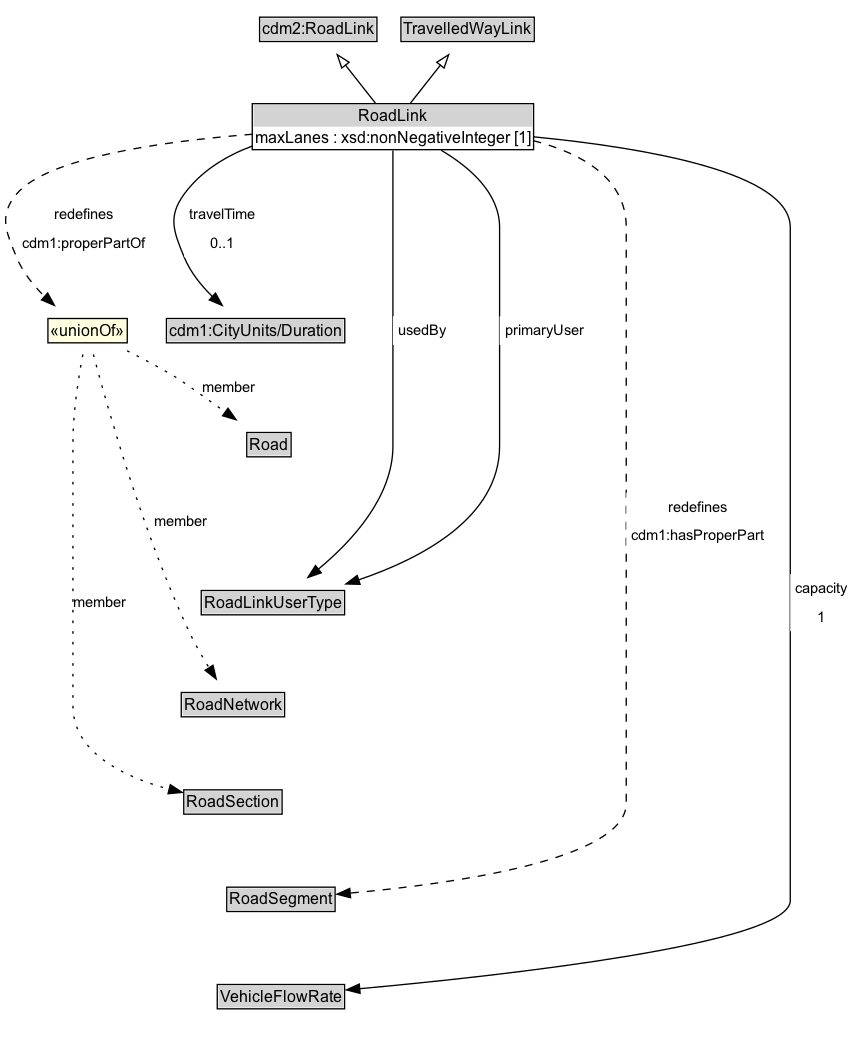
Earlier version of the Graphviz export docs/diagrams/RoadLink.dot.png (ISO-TC204/ontology-cdm-p3-v1). Its source is kept beside it as docs/diagrams/RoadLink.dot. The source it was exported from:
```dot
digraph {
	graph [overlap=false rankdir=TB splines=true]
	node [fontname=Arial fontsize=12 margin=0 shape=none]
	edge [fontname=Arial fontsize=11]
	{
		rank=source
		cdm2_RoadLink [label=<<TABLE BORDER="1" CELLBORDER="0" CELLSPACING="0" CELLPADDING="1"><TR><TD BGCOLOR="lightgray" ALIGN="CENTER">cdm2:RoadLink</TD></TR></TABLE>> URL="https://w3id.org/citydata/part2/v1/RoadLink" margin=0]
		TravelledWayLink [label=<<TABLE BORDER="1" CELLBORDER="0" CELLSPACING="0" CELLPADDING="1"><TR><TD BGCOLOR="lightgray" ALIGN="CENTER">TravelledWayLink</TD></TR></TABLE>> URL="../TravelledWayLink" margin=0]
	}
	RoadLink [label=<<TABLE BORDER="1" CELLBORDER="0" CELLSPACING="0" CELLPADDING="1"><TR><TD BGCOLOR="lightgray" ALIGN="CENTER">RoadLink</TD></TR><TR><TD ALIGN="LEFT">maxLanes : xsd:nonNegativeInteger [1]</TD></TR></TABLE>> URL="../RoadLink" margin=0]
	{
		rank=max
	}
	subgraph cluster_associated {
		label="" style=invis
		Invis [label=<<TABLE BORDER="0" CELLBORDER="0" CELLSPACING="0" CELLPADDING="1"><TR><TD></TD></TR></TABLE>> margin=0 style=invis]
		"cdm1_CityUnits/Duration" [label=<<TABLE BORDER="1" CELLBORDER="0" CELLSPACING="0" CELLPADDING="1"><TR><TD BGCOLOR="lightgray" ALIGN="CENTER">cdm1:CityUnits/Duration</TD></TR></TABLE>> URL="https://w3id.org/citydata/part1/v1/CityUnits/Duration" margin=0]
		Road [label=<<TABLE BORDER="1" CELLBORDER="0" CELLSPACING="0" CELLPADDING="1"><TR><TD BGCOLOR="lightgray" ALIGN="CENTER">Road</TD></TR></TABLE>> URL="../Road" margin=0]
		RoadLinkUserType [label=<<TABLE BORDER="1" CELLBORDER="0" CELLSPACING="0" CELLPADDING="1"><TR><TD BGCOLOR="lightgray" ALIGN="CENTER">RoadLinkUserType</TD></TR></TABLE>> URL="../RoadLinkUserType" margin=0]
		RoadNetwork [label=<<TABLE BORDER="1" CELLBORDER="0" CELLSPACING="0" CELLPADDING="1"><TR><TD BGCOLOR="lightgray" ALIGN="CENTER">RoadNetwork</TD></TR></TABLE>> URL="../RoadNetwork" margin=0]
		RoadSection [label=<<TABLE BORDER="1" CELLBORDER="0" CELLSPACING="0" CELLPADDING="1"><TR><TD BGCOLOR="lightgray" ALIGN="CENTER">RoadSection</TD></TR></TABLE>> URL="../RoadSection" margin=0]
		RoadSegment [label=<<TABLE BORDER="1" CELLBORDER="0" CELLSPACING="0" CELLPADDING="1"><TR><TD BGCOLOR="lightgray" ALIGN="CENTER">RoadSegment</TD></TR></TABLE>> URL="../RoadSegment" margin=0]
		VehicleFlowRate [label=<<TABLE BORDER="1" CELLBORDER="0" CELLSPACING="0" CELLPADDING="1"><TR><TD BGCOLOR="lightgray" ALIGN="CENTER">VehicleFlowRate</TD></TR></TABLE>> URL="../VehicleFlowRate" margin=0]
	}
	RoadLink -> cdm2_RoadLink [arrowhead=onormal style=solid]
	RoadLink -> TravelledWayLink [arrowhead=onormal style=solid]
	RoadLink -> Invis [style=invis]
	Invis -> "cdm1_CityUnits/Duration" [style=invis]
	"cdm1_CityUnits/Duration" -> Road [style=invis]
	Road -> RoadLinkUserType [style=invis]
	RoadLinkUserType -> RoadNetwork [style=invis]
	RoadNetwork -> RoadSection [style=invis]
	RoadSection -> RoadSegment [style=invis]
	RoadSegment -> VehicleFlowRate [style=invis]
	RoadLinkUserType [label=<<TABLE BORDER="1" CELLBORDER="0" CELLSPACING="0" CELLPADDING="1"><TR><TD BGCOLOR="lightgray" ALIGN="CENTER">RoadLinkUserType</TD></TR></TABLE>> URL="../RoadLinkUserType" margin=0]
	RoadLink -> RoadLinkUserType [label=<<TABLE BORDER="0" CELLBORDER="0" CELLSPACING="0" CELLPADDING="4" BGCOLOR="white"><TR><TD ALIGN="CENTER">usedBy</TD></TR></TABLE>> arrowhead=normal style=solid]
	RoadSegment [label=<<TABLE BORDER="1" CELLBORDER="0" CELLSPACING="0" CELLPADDING="1"><TR><TD BGCOLOR="lightgray" ALIGN="CENTER">RoadSegment</TD></TR></TABLE>> URL="../RoadSegment" margin=0]
	RoadLink -> RoadSegment [label=<<TABLE BORDER="0" CELLBORDER="0" CELLSPACING="0" CELLPADDING="4" BGCOLOR="white"><TR><TD ALIGN="CENTER">redefines</TD></TR><TR><TD ALIGN="CENTER">cdm1:hasProperPart</TD></TR></TABLE>> arrowhead=normal style=dashed]
	neeae970be7f1404abb59572b2a28fc09b13 [label=<<TABLE BORDER="1" CELLBORDER="0" CELLSPACING="0" CELLPADDING="1" BGCOLOR="lightyellow"><TR><TD ALIGN="CENTER">«unionOf»</TD></TR></TABLE>> margin=0]
	Road [label=<<TABLE BORDER="1" CELLBORDER="0" CELLSPACING="0" CELLPADDING="1"><TR><TD BGCOLOR="lightgray" ALIGN="CENTER">Road</TD></TR></TABLE>> URL="../Road" margin=0]
	neeae970be7f1404abb59572b2a28fc09b13 -> Road [label=member arrowhead=normal style=dotted]
	RoadNetwork [label=<<TABLE BORDER="1" CELLBORDER="0" CELLSPACING="0" CELLPADDING="1"><TR><TD BGCOLOR="lightgray" ALIGN="CENTER">RoadNetwork</TD></TR></TABLE>> URL="../RoadNetwork" margin=0]
	neeae970be7f1404abb59572b2a28fc09b13 -> RoadNetwork [label=member arrowhead=normal style=dotted]
	RoadSection [label=<<TABLE BORDER="1" CELLBORDER="0" CELLSPACING="0" CELLPADDING="1"><TR><TD BGCOLOR="lightgray" ALIGN="CENTER">RoadSection</TD></TR></TABLE>> URL="../RoadSection" margin=0]
	neeae970be7f1404abb59572b2a28fc09b13 -> RoadSection [label=member arrowhead=normal style=dotted]
	RoadLink -> neeae970be7f1404abb59572b2a28fc09b13 [label=<<TABLE BORDER="0" CELLBORDER="0" CELLSPACING="0" CELLPADDING="4" BGCOLOR="white"><TR><TD ALIGN="CENTER">redefines</TD></TR><TR><TD ALIGN="CENTER">cdm1:properPartOf</TD></TR></TABLE>> arrowhead=normal style=dashed]
	"cdm1_CityUnits/Duration" [label=<<TABLE BORDER="1" CELLBORDER="0" CELLSPACING="0" CELLPADDING="1"><TR><TD BGCOLOR="lightgray" ALIGN="CENTER">cdm1:CityUnits/Duration</TD></TR></TABLE>> URL="https://w3id.org/citydata/part1/v1/CityUnits/Duration" margin=0]
	RoadLink -> "cdm1_CityUnits/Duration" [label=<<TABLE BORDER="0" CELLBORDER="0" CELLSPACING="0" CELLPADDING="4" BGCOLOR="white"><TR><TD ALIGN="CENTER">travelTime</TD></TR><TR><TD ALIGN="CENTER">0..1</TD></TR></TABLE>> arrowhead=normal style=solid]
	RoadLink -> RoadLinkUserType [label=<<TABLE BORDER="0" CELLBORDER="0" CELLSPACING="0" CELLPADDING="4" BGCOLOR="white"><TR><TD ALIGN="CENTER">primaryUser</TD></TR></TABLE>> arrowhead=normal style=solid]
	VehicleFlowRate [label=<<TABLE BORDER="1" CELLBORDER="0" CELLSPACING="0" CELLPADDING="1"><TR><TD BGCOLOR="lightgray" ALIGN="CENTER">VehicleFlowRate</TD></TR></TABLE>> URL="../VehicleFlowRate" margin=0]
	RoadLink -> VehicleFlowRate [label=<<TABLE BORDER="0" CELLBORDER="0" CELLSPACING="0" CELLPADDING="4" BGCOLOR="white"><TR><TD ALIGN="CENTER">capacity</TD></TR><TR><TD ALIGN="CENTER">1</TD></TR></TABLE>> arrowhead=normal style=solid]
}
```
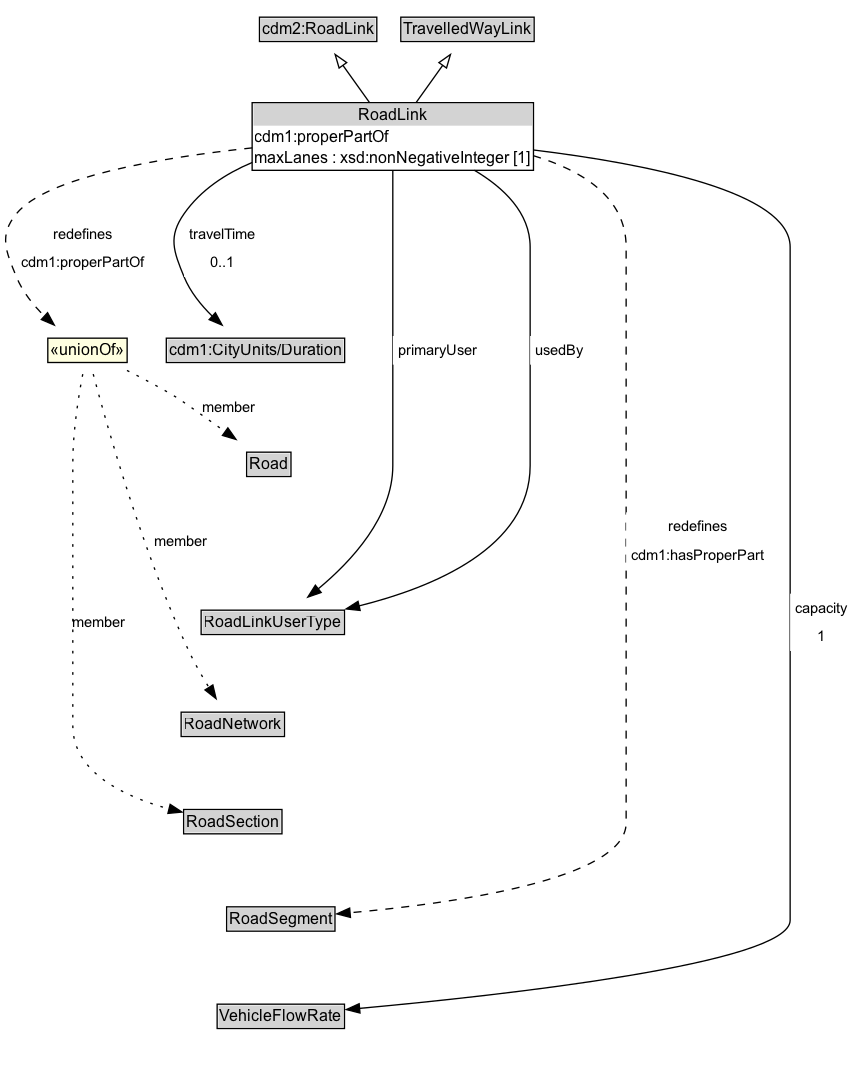
After the commit.

Diff of the diagram source:
```diff
@@ -7,7 +7,7 @@
 		cdm2_RoadLink [label=<<TABLE BORDER="1" CELLBORDER="0" CELLSPACING="0" CELLPADDING="1"><TR><TD BGCOLOR="lightgray" ALIGN="CENTER">cdm2:RoadLink</TD></TR></TABLE>> URL="https://w3id.org/citydata/part2/v1/RoadLink" margin=0]
 		TravelledWayLink [label=<<TABLE BORDER="1" CELLBORDER="0" CELLSPACING="0" CELLPADDING="1"><TR><TD BGCOLOR="lightgray" ALIGN="CENTER">TravelledWayLink</TD></TR></TABLE>> URL="../TravelledWayLink" margin=0]
 	}
-	RoadLink [label=<<TABLE BORDER="1" CELLBORDER="0" CELLSPACING="0" CELLPADDING="1"><TR><TD BGCOLOR="lightgray" ALIGN="CENTER">RoadLink</TD></TR><TR><TD ALIGN="LEFT">maxLanes : xsd:nonNegativeInteger [1]</TD></TR></TABLE>> URL="../RoadLink" margin=0]
+	RoadLink [label=<<TABLE BORDER="1" CELLBORDER="0" CELLSPACING="0" CELLPADDING="1"><TR><TD BGCOLOR="lightgray" ALIGN="CENTER">RoadLink</TD></TR><TR><TD ALIGN="LEFT">cdm1:properPartOf</TD></TR><TR><TD ALIGN="LEFT">maxLanes : xsd:nonNegativeInteger [1]</TD></TR></TABLE>> URL="../RoadLink" margin=0]
 	{
 		rank=max
 	}
@@ -32,21 +32,21 @@
 	RoadNetwork -> RoadSection [style=invis]
 	RoadSection -> RoadSegment [style=invis]
 	RoadSegment -> VehicleFlowRate [style=invis]
-	RoadLinkUserType [label=<<TABLE BORDER="1" CELLBORDER="0" CELLSPACING="0" CELLPADDING="1"><TR><TD BGCOLOR="lightgray" ALIGN="CENTER">RoadLinkUserType</TD></TR></TABLE>> URL="../RoadLinkUserType" margin=0]
-	RoadLink -> RoadLinkUserType [label=<<TABLE BORDER="0" CELLBORDER="0" CELLSPACING="0" CELLPADDING="4" BGCOLOR="white"><TR><TD ALIGN="CENTER">usedBy</TD></TR></TABLE>> arrowhead=normal style=solid]
 	RoadSegment [label=<<TABLE BORDER="1" CELLBORDER="0" CELLSPACING="0" CELLPADDING="1"><TR><TD BGCOLOR="lightgray" ALIGN="CENTER">RoadSegment</TD></TR></TABLE>> URL="../RoadSegment" margin=0]
 	RoadLink -> RoadSegment [label=<<TABLE BORDER="0" CELLBORDER="0" CELLSPACING="0" CELLPADDING="4" BGCOLOR="white"><TR><TD ALIGN="CENTER">redefines</TD></TR><TR><TD ALIGN="CENTER">cdm1:hasProperPart</TD></TR></TABLE>> arrowhead=normal style=dashed]
-	neeae970be7f1404abb59572b2a28fc09b13 [label=<<TABLE BORDER="1" CELLBORDER="0" CELLSPACING="0" CELLPADDING="1" BGCOLOR="lightyellow"><TR><TD ALIGN="CENTER">«unionOf»</TD></TR></TABLE>> margin=0]
+	RoadLinkUserType [label=<<TABLE BORDER="1" CELLBORDER="0" CELLSPACING="0" CELLPADDING="1"><TR><TD BGCOLOR="lightgray" ALIGN="CENTER">RoadLinkUserType</TD></TR></TABLE>> URL="../RoadLinkUserType" margin=0]
+	RoadLink -> RoadLinkUserType [label=<<TABLE BORDER="0" CELLBORDER="0" CELLSPACING="0" CELLPADDING="4" BGCOLOR="white"><TR><TD ALIGN="CENTER">primaryUser</TD></TR></TABLE>> arrowhead=normal style=solid]
+	nf9bf95ca936a48ed91a85f16e3ee047ab12 [label=<<TABLE BORDER="1" CELLBORDER="0" CELLSPACING="0" CELLPADDING="1" BGCOLOR="lightyellow"><TR><TD ALIGN="CENTER">«unionOf»</TD></TR></TABLE>> margin=0]
 	Road [label=<<TABLE BORDER="1" CELLBORDER="0" CELLSPACING="0" CELLPADDING="1"><TR><TD BGCOLOR="lightgray" ALIGN="CENTER">Road</TD></TR></TABLE>> URL="../Road" margin=0]
-	neeae970be7f1404abb59572b2a28fc09b13 -> Road [label=member arrowhead=normal style=dotted]
+	nf9bf95ca936a48ed91a85f16e3ee047ab12 -> Road [label=member arrowhead=normal style=dotted]
 	RoadNetwork [label=<<TABLE BORDER="1" CELLBORDER="0" CELLSPACING="0" CELLPADDING="1"><TR><TD BGCOLOR="lightgray" ALIGN="CENTER">RoadNetwork</TD></TR></TABLE>> URL="../RoadNetwork" margin=0]
-	neeae970be7f1404abb59572b2a28fc09b13 -> RoadNetwork [label=member arrowhead=normal style=dotted]
+	nf9bf95ca936a48ed91a85f16e3ee047ab12 -> RoadNetwork [label=member arrowhead=normal style=dotted]
 	RoadSection [label=<<TABLE BORDER="1" CELLBORDER="0" CELLSPACING="0" CELLPADDING="1"><TR><TD BGCOLOR="lightgray" ALIGN="CENTER">RoadSection</TD></TR></TABLE>> URL="../RoadSection" margin=0]
-	neeae970be7f1404abb59572b2a28fc09b13 -> RoadSection [label=member arrowhead=normal style=dotted]
-	RoadLink -> neeae970be7f1404abb59572b2a28fc09b13 [label=<<TABLE BORDER="0" CELLBORDER="0" CELLSPACING="0" CELLPADDING="4" BGCOLOR="white"><TR><TD ALIGN="CENTER">redefines</TD></TR><TR><TD ALIGN="CENTER">cdm1:properPartOf</TD></TR></TABLE>> arrowhead=normal style=dashed]
+	nf9bf95ca936a48ed91a85f16e3ee047ab12 -> RoadSection [label=member arrowhead=normal style=dotted]
+	RoadLink -> nf9bf95ca936a48ed91a85f16e3ee047ab12 [label=<<TABLE BORDER="0" CELLBORDER="0" CELLSPACING="0" CELLPADDING="4" BGCOLOR="white"><TR><TD ALIGN="CENTER">redefines</TD></TR><TR><TD ALIGN="CENTER">cdm1:properPartOf</TD></TR></TABLE>> arrowhead=normal style=dashed]
+	RoadLink -> RoadLinkUserType [label=<<TABLE BORDER="0" CELLBORDER="0" CELLSPACING="0" CELLPADDING="4" BGCOLOR="white"><TR><TD ALIGN="CENTER">usedBy</TD></TR></TABLE>> arrowhead=normal style=solid]
+	VehicleFlowRate [label=<<TABLE BORDER="1" CELLBORDER="0" CELLSPACING="0" CELLPADDING="1"><TR><TD BGCOLOR="lightgray" ALIGN="CENTER">VehicleFlowRate</TD></TR></TABLE>> URL="../VehicleFlowRate" margin=0]
+	RoadLink -> VehicleFlowRate [label=<<TABLE BORDER="0" CELLBORDER="0" CELLSPACING="0" CELLPADDING="4" BGCOLOR="white"><TR><TD ALIGN="CENTER">capacity</TD></TR><TR><TD ALIGN="CENTER">1</TD></TR></TABLE>> arrowhead=normal style=solid]
 	"cdm1_CityUnits/Duration" [label=<<TABLE BORDER="1" CELLBORDER="0" CELLSPACING="0" CELLPADDING="1"><TR><TD BGCOLOR="lightgray" ALIGN="CENTER">cdm1:CityUnits/Duration</TD></TR></TABLE>> URL="https://w3id.org/citydata/part1/v1/CityUnits/Duration" margin=0]
 	RoadLink -> "cdm1_CityUnits/Duration" [label=<<TABLE BORDER="0" CELLBORDER="0" CELLSPACING="0" CELLPADDING="4" BGCOLOR="white"><TR><TD ALIGN="CENTER">travelTime</TD></TR><TR><TD ALIGN="CENTER">0..1</TD></TR></TABLE>> arrowhead=normal style=solid]
-	RoadLink -> RoadLinkUserType [label=<<TABLE BORDER="0" CELLBORDER="0" CELLSPACING="0" CELLPADDING="4" BGCOLOR="white"><TR><TD ALIGN="CENTER">primaryUser</TD></TR></TABLE>> arrowhead=normal style=solid]
-	VehicleFlowRate [label=<<TABLE BORDER="1" CELLBORDER="0" CELLSPACING="0" CELLPADDING="1"><TR><TD BGCOLOR="lightgray" ALIGN="CENTER">VehicleFlowRate</TD></TR></TABLE>> URL="../VehicleFlowRate" margin=0]
-	RoadLink -> VehicleFlowRate [label=<<TABLE BORDER="0" CELLBORDER="0" CELLSPACING="0" CELLPADDING="4" BGCOLOR="white"><TR><TD ALIGN="CENTER">capacity</TD></TR><TR><TD ALIGN="CENTER">1</TD></TR></TABLE>> arrowhead=normal style=solid]
 }
```
